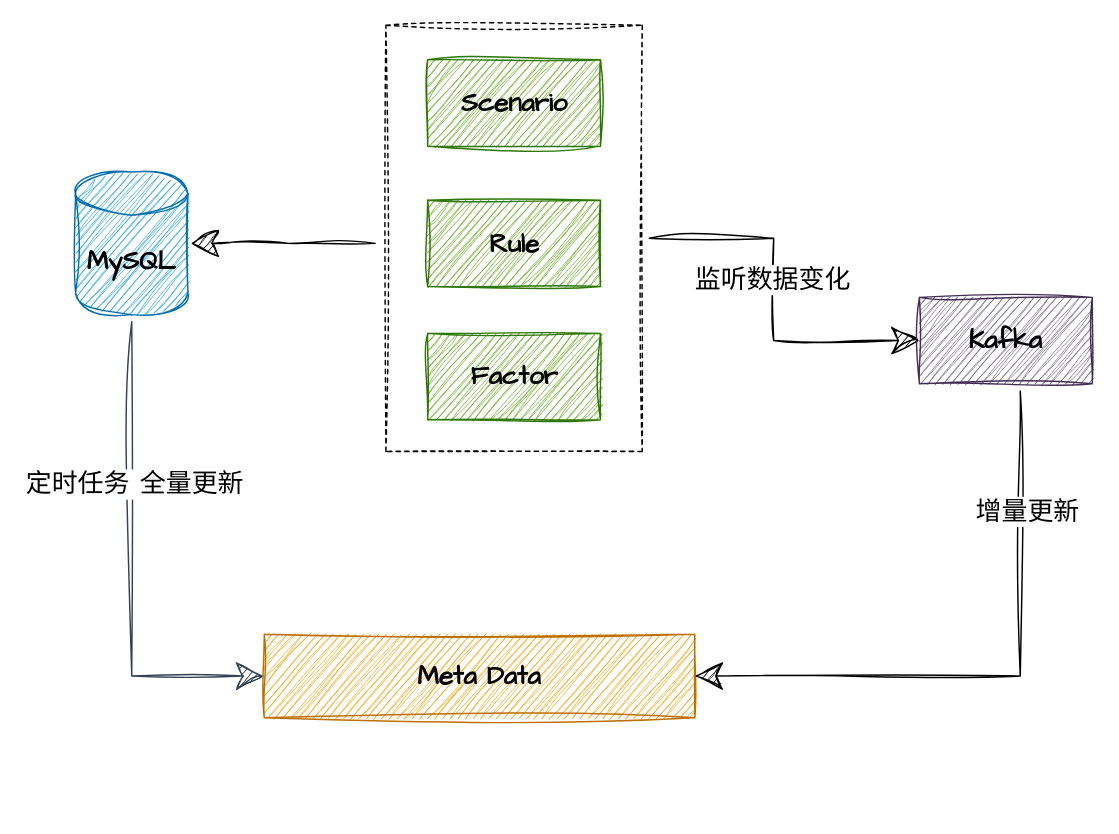
This is 因子血缘整体架构.drawio from Pumpkin9841/pictures, a draw.io file, before an edit. Source tidied: cells renumbered, new cells numbered last; positions are measured from the earlier drawing's top-left corner, leaving out a move shared by most shapes. Both pictures are drawn from the tidied source at 144%, with x=0, y=0 at pixel (75, 24).
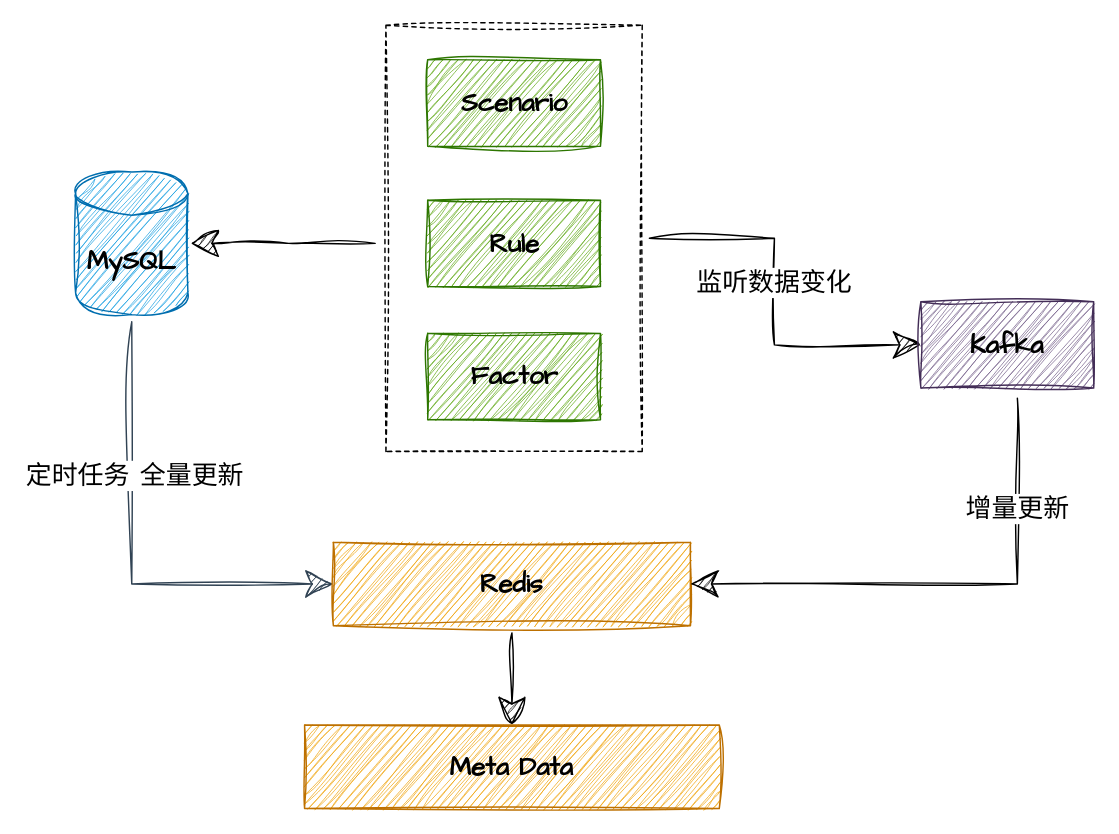
After the change.

Commit message:
更新因子血缘整体架构.drawio

Unchanged cells that the change refers to:
```xml
<mxCell id="8" value="&lt;h4&gt;&lt;font face=&quot;Comic Sans MS&quot; style=&quot;font-size: 18px;&quot; color=&quot;#000000&quot;&gt;MySQL&lt;/font&gt;&lt;/h4&gt;" style="shape=cylinder3;whiteSpace=wrap;html=1;boundedLbl=1;backgroundOutline=1;size=15;sketch=1;curveFitting=1;jiggle=2;shadow=0;fillColor=#1ba1e2;strokeColor=#006EAF;fontColor=#ffffff;" parent="1" vertex="1">
  <mxGeometry y="102" width="78" height="99" as="geometry" />
</mxCell>
```

Diff of the diagram source:
```diff
@@
     <mxCell id="5" style="edgeStyle=orthogonalEdgeStyle;jettySize=auto;html=1;entryX=0;entryY=0.5;entryDx=0;entryDy=0;sketch=1;curveFitting=1;jiggle=2;shadow=0;fillColor=#647687;strokeColor=#314354;rounded=0;jumpStyle=none;endSize=17;targetPerimeterSpacing=10;sourcePerimeterSpacing=5;startSize=10;" parent="1" edge="1" source="8" target="12">
       <mxGeometry relative="1" as="geometry">
         <Array as="points">
-          <mxPoint x="39" y="452" />
+          <mxPoint x="39" y="388" />
         </Array>
       </mxGeometry>
     </mxCell>
@@
+    <mxCell id="16" style="edgeStyle=orthogonalEdgeStyle;rounded=0;jettySize=auto;html=1;entryX=0.5;entryY=0;entryDx=0;entryDy=0;targetPerimeterSpacing=10;sketch=1;curveFitting=1;jiggle=2;endSize=17;sourcePerimeterSpacing=5;startSize=10;" parent="1" edge="1" source="12" target="17">
+      <mxGeometry relative="1" as="geometry" />
+    </mxCell>
-    <mxCell id="12" value="&lt;h4 style=&quot;border-color: var(--border-color);&quot;&gt;&lt;font style=&quot;border-color: var(--border-color); font-size: 18px;&quot; face=&quot;Comic Sans MS&quot; color=&quot;#000000&quot;&gt;Meta Data&lt;/font&gt;&lt;/h4&gt;" style="rounded=0;whiteSpace=wrap;html=1;sketch=1;curveFitting=1;jiggle=2;glass=0;shadow=0;fillColor=#f0a30a;strokeColor=#BD7000;fontColor=#000000;" parent="1" vertex="1">
-      <mxGeometry x="131" y="423" width="299" height="58" as="geometry" />
+    <mxCell id="12" value="&lt;h4 style=&quot;border-color: var(--border-color);&quot;&gt;&lt;font style=&quot;border-color: var(--border-color); font-size: 18px;&quot; face=&quot;Comic Sans MS&quot; color=&quot;#000000&quot;&gt;Redis&lt;/font&gt;&lt;/h4&gt;" style="rounded=0;whiteSpace=wrap;html=1;sketch=1;curveFitting=1;jiggle=2;glass=0;shadow=0;fillColor=#f0a30a;strokeColor=#BD7000;fontColor=#000000;" parent="1" vertex="1">
+      <mxGeometry x="179" y="359" width="248" height="58" as="geometry" />
     </mxCell>
-    <mxCell id="13" style="edgeStyle=orthogonalEdgeStyle;rounded=0;jettySize=auto;html=1;entryX=1;entryY=0.5;entryDx=0;entryDy=0;sketch=1;curveFitting=1;jiggle=2;startSize=10;targetPerimeterSpacing=10;endSize=17;sourcePerimeterSpacing=5;" parent="1" edge="1" source="15" target="12">
+    <mxCell id="13" style="edgeStyle=orthogonalEdgeStyle;rounded=0;jettySize=auto;html=1;targetPerimeterSpacing=4;sketch=1;curveFitting=1;jiggle=2;endSize=17;sourcePerimeterSpacing=7;startSize=10;entryX=1;entryY=0.5;entryDx=0;entryDy=0;" parent="1" edge="1" source="15" target="12">
       <mxGeometry relative="1" as="geometry">
         <Array as="points">
-          <mxPoint x="656" y="452" />
+          <mxPoint x="654" y="388" />
         </Array>
       </mxGeometry>
     </mxCell>
     <mxCell id="14" value="&lt;font style=&quot;font-size: 18px;&quot; face=&quot;Comic Sans MS&quot;&gt;增量更新&lt;/font&gt;" style="edgeLabel;html=1;align=center;verticalAlign=middle;" parent="13" vertex="1">
-      <mxGeometry x="-0.61" y="4" relative="1" as="geometry" />
+      <mxGeometry x="0.4" y="5" relative="1" as="geometry">
+        <mxPoint x="119" y="-58" as="offset" />
+      </mxGeometry>
     </mxCell>
     <mxCell id="15" value="&lt;h4 style=&quot;border-color: var(--border-color);&quot;&gt;&lt;font style=&quot;border-color: var(--border-color); font-size: 18px;&quot; face=&quot;Comic Sans MS&quot; color=&quot;#000000&quot;&gt;Kafka&lt;/font&gt;&lt;/h4&gt;" style="rounded=0;whiteSpace=wrap;html=1;sketch=1;curveFitting=1;jiggle=2;glass=0;shadow=0;fillColor=#76608a;fontColor=#ffffff;strokeColor=#432D57;" parent="1" vertex="1">
-      <mxGeometry x="586" y="189" width="120" height="60" as="geometry" />
+      <mxGeometry x="587" y="192" width="120" height="60" as="geometry" />
     </mxCell>
+    <mxCell id="17" value="&lt;h4 style=&quot;border-color: var(--border-color);&quot;&gt;&lt;font style=&quot;border-color: var(--border-color); font-size: 18px;&quot; face=&quot;Comic Sans MS&quot; color=&quot;#000000&quot;&gt;Meta Data&lt;/font&gt;&lt;/h4&gt;" style="rounded=0;whiteSpace=wrap;html=1;sketch=1;curveFitting=1;jiggle=2;glass=0;shadow=0;fillColor=#f0a30a;strokeColor=#BD7000;fontColor=#000000;" parent="1" vertex="1">
+      <mxGeometry x="159" y="486" width="288" height="58" as="geometry" />
+    </mxCell>
```
